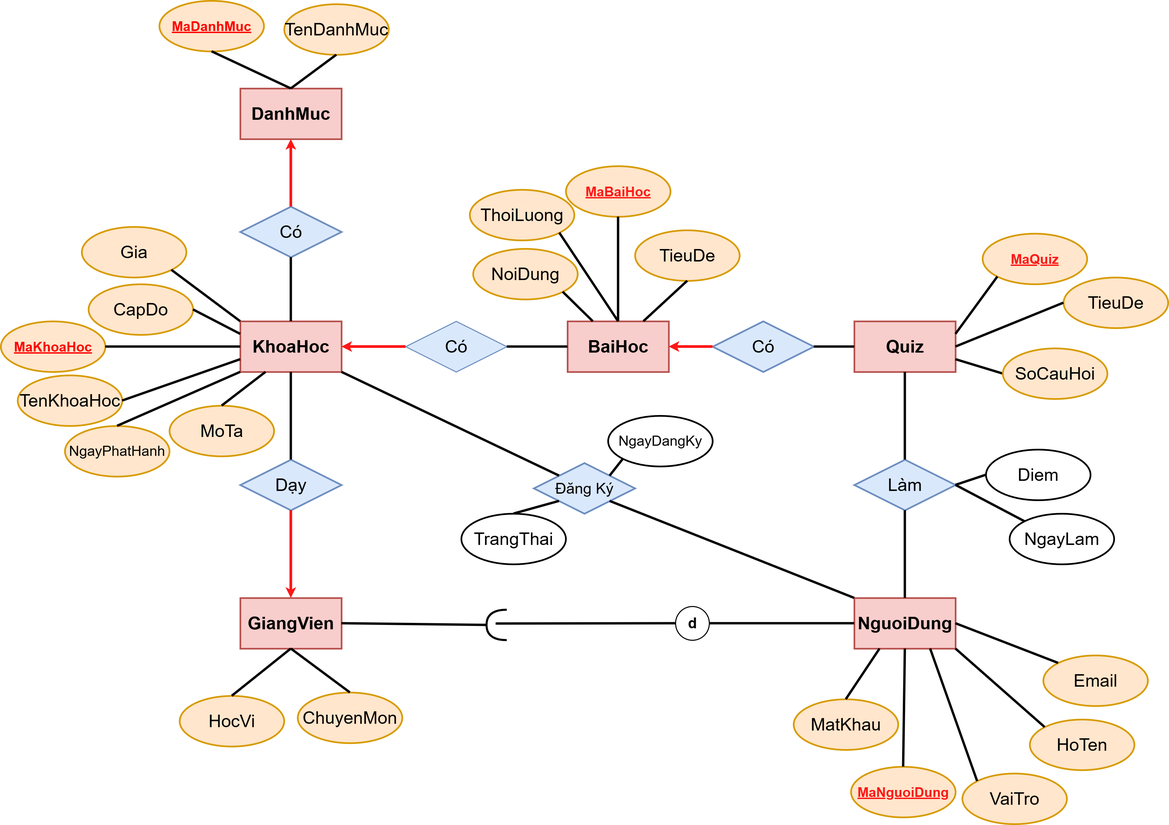
This is PostgreSQL/session-01-database-overview/He_Thong_Nen_Tang_Hoc_Truc_Tuyen/docs/erd.png from ng-trng-phcc/Assignment_Rikkei, a draw.io export, as it was before one commit. Source tidied: cells renumbered, new cells last; positions are measured from the earlier drawing's top-left corner, leaving out a move shared by most shapes.
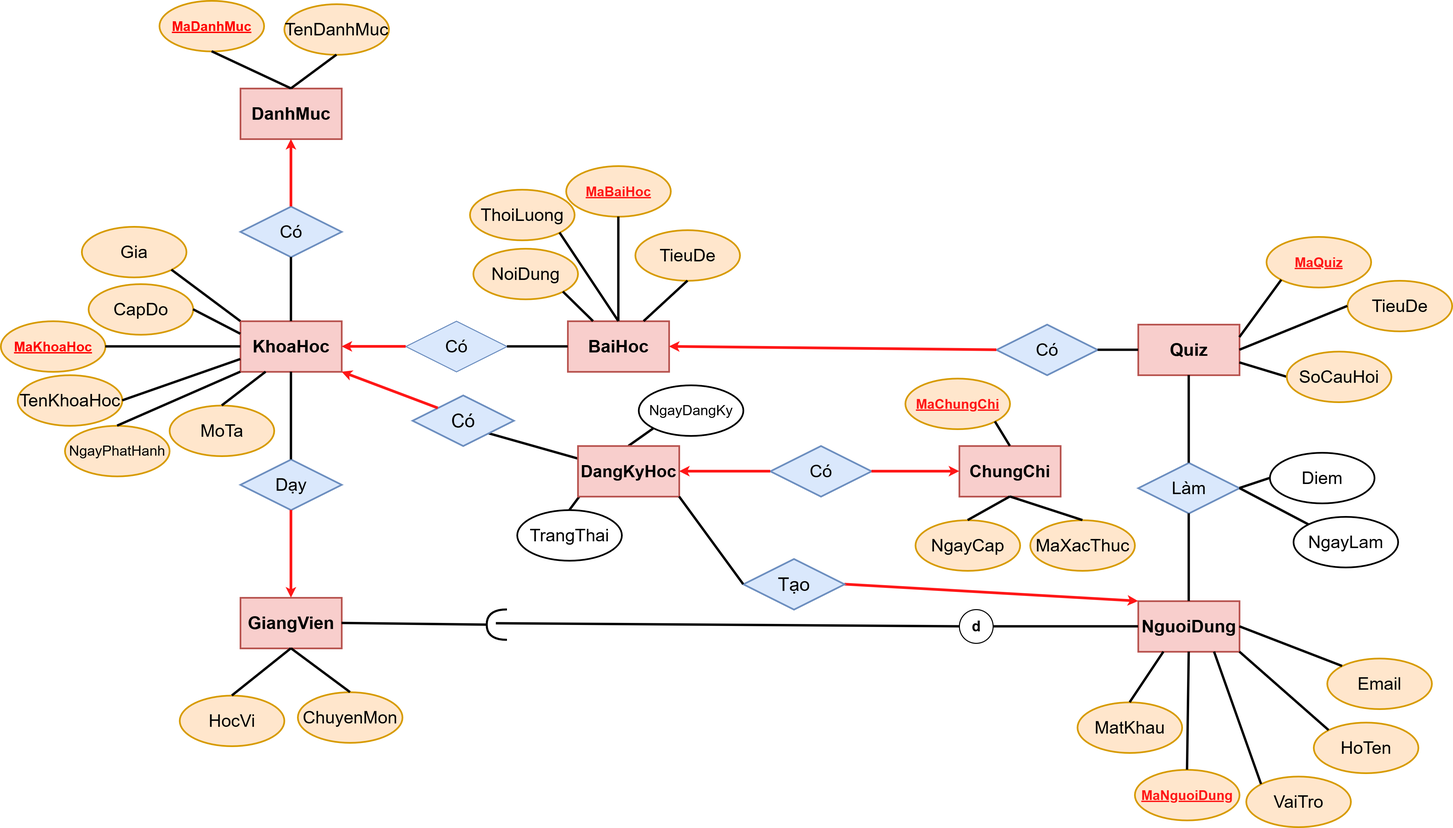
After the commit.

Commit message:
Ex4 2nd commit: add ChungChi (table/Entity) and adjust the relationship between NguoiDung on KhoaHoc

Diff of the diagram source:
```diff
@@ -3,7 +3,7 @@
     <mxCell id="0" />
     <mxCell id="1" parent="0" />
     <mxCell id="2" value="NguoiDung" style="whiteSpace=wrap;html=1;align=center;fontSize=52;strokeWidth=5;fontStyle=1;fillColor=#f8cecc;strokeColor=#b85450;" parent="1" vertex="1">
-      <mxGeometry x="2530" y="1770" width="300" height="150" as="geometry" />
+      <mxGeometry x="3370" y="1780" width="300" height="150" as="geometry" />
     </mxCell>
     <mxCell id="3" value="GiangVien" style="whiteSpace=wrap;html=1;align=center;fontSize=52;strokeWidth=5;fontStyle=1;fillColor=#f8cecc;strokeColor=#b85450;" parent="1" vertex="1">
       <mxGeometry x="710" y="1770" width="300" height="150" as="geometry" />
@@ -18,7 +18,7 @@
       <mxGeometry x="1680" y="950" width="300" height="150" as="geometry" />
     </mxCell>
     <mxCell id="7" value="Quiz" style="whiteSpace=wrap;html=1;align=center;fontSize=52;strokeWidth=5;fontStyle=1;fillColor=#f8cecc;strokeColor=#b85450;" parent="1" vertex="1">
-      <mxGeometry x="2530" y="950" width="300" height="150" as="geometry" />
+      <mxGeometry x="3370" y="960" width="300" height="150" as="geometry" />
     </mxCell>
     <mxCell id="8" value="Dạy" style="shape=rhombus;perimeter=rhombusPerimeter;whiteSpace=wrap;html=1;align=center;fontSize=52;strokeWidth=5;fillColor=#dae8fc;strokeColor=#6c8ebf;" parent="1" vertex="1">
       <mxGeometry x="710" y="1360" width="300" height="150" as="geometry" />
@@ -48,7 +48,7 @@
       <mxGeometry relative="1" as="geometry" />
     </mxCell>
     <mxCell id="17" value="Có" style="shape=rhombus;perimeter=rhombusPerimeter;whiteSpace=wrap;html=1;align=center;fontSize=52;strokeWidth=5;fillColor=#dae8fc;strokeColor=#6c8ebf;" parent="1" vertex="1">
-      <mxGeometry x="2110" y="950" width="300" height="150" as="geometry" />
+      <mxGeometry x="2950" y="960" width="300" height="150" as="geometry" />
     </mxCell>
     <mxCell id="18" style="endArrow=none;html=1;rounded=0;strokeWidth=8;exitX=1;exitY=0.5;exitDx=0;exitDy=0;startArrow=classic;startFill=1;strokeColor=#FF1717;entryX=0;entryY=0.5;entryDx=0;entryDy=0;" parent="1" edge="1" source="6" target="17">
       <mxGeometry relative="1" as="geometry" />
@@ -60,7 +60,7 @@
       <mxGeometry relative="1" as="geometry" />
     </mxCell>
     <mxCell id="21" style="ellipse;whiteSpace=wrap;html=1;strokeWidth=3;" parent="1" vertex="1">
-      <mxGeometry x="2000" y="1795" width="100" height="100" as="geometry" />
+      <mxGeometry x="2840" y="1805" width="100" height="100" as="geometry" />
     </mxCell>
     <mxCell id="22" style="endArrow=none;html=1;rounded=0;strokeWidth=7;exitX=0;exitY=0.5;exitDx=0;exitDy=0;entryX=0.548;entryY=0.546;entryDx=0;entryDy=0;entryPerimeter=0;endSize=6;" parent="1" edge="1" source="21" target="23">
       <mxGeometry relative="1" as="geometry" />
@@ -72,19 +72,13 @@
       <mxGeometry relative="1" as="geometry" />
     </mxCell>
     <mxCell id="25" value="d" style="text;strokeColor=none;fillColor=none;html=1;fontSize=44;fontStyle=1;verticalAlign=middle;align=center;" parent="1" vertex="1">
-      <mxGeometry x="2000" y="1825" width="100" height="40" as="geometry" />
+      <mxGeometry x="2840" y="1835" width="100" height="40" as="geometry" />
     </mxCell>
-    <mxCell id="26" value="Đăng Ký" style="shape=rhombus;perimeter=rhombusPerimeter;whiteSpace=wrap;html=1;align=center;fontSize=45;strokeWidth=5;fillColor=#dae8fc;strokeColor=#6c8ebf;" parent="1" vertex="1">
-      <mxGeometry x="1580" y="1370" width="300" height="150" as="geometry" />
-    </mxCell>
-    <mxCell id="27" style="endArrow=none;html=1;rounded=0;strokeWidth=7;entryX=1;entryY=1;entryDx=0;entryDy=0;exitX=0;exitY=0;exitDx=0;exitDy=0;" parent="1" edge="1" source="26" target="4">
+    <mxCell id="27" style="endArrow=none;html=1;rounded=0;strokeWidth=7;entryX=1;entryY=1;entryDx=0;entryDy=0;exitX=0;exitY=0.25;exitDx=0;exitDy=0;" parent="1" edge="1" source="84" target="85">
       <mxGeometry relative="1" as="geometry" />
     </mxCell>
-    <mxCell id="28" style="endArrow=none;html=1;rounded=0;strokeWidth=7;entryX=1;entryY=1;entryDx=0;entryDy=0;exitX=0;exitY=0;exitDx=0;exitDy=0;" parent="1" edge="1" source="2" target="26">
-      <mxGeometry relative="1" as="geometry" />
-    </mxCell>
     <mxCell id="29" value="Làm" style="shape=rhombus;perimeter=rhombusPerimeter;whiteSpace=wrap;html=1;align=center;fontSize=52;strokeWidth=5;fillColor=#dae8fc;strokeColor=#6c8ebf;" parent="1" vertex="1">
-      <mxGeometry x="2530" y="1360" width="300" height="150" as="geometry" />
+      <mxGeometry x="3370" y="1370" width="300" height="150" as="geometry" />
     </mxCell>
     <mxCell id="30" style="endArrow=none;html=1;rounded=0;strokeWidth=7;entryX=0.5;entryY=0;entryDx=0;entryDy=0;exitX=0.5;exitY=1;exitDx=0;exitDy=0;" parent="1" edge="1" source="7" target="29">
       <mxGeometry relative="1" as="geometry" />
@@ -93,19 +87,19 @@
       <mxGeometry relative="1" as="geometry" />
     </mxCell>
     <mxCell id="32" value="HoTen" style="ellipse;whiteSpace=wrap;html=1;align=center;fontSize=52;strokeWidth=5;fillColor=#ffe6cc;strokeColor=#d79b00;" parent="1" vertex="1">
-      <mxGeometry x="3050" y="2130" width="310" height="150" as="geometry" />
+      <mxGeometry x="3890" y="2140" width="310" height="150" as="geometry" />
     </mxCell>
     <mxCell id="33" value="MaNguoiDung" style="ellipse;whiteSpace=wrap;html=1;align=center;fontSize=40;strokeWidth=5;fontStyle=5;fillColor=#ffe6cc;strokeColor=#d79b00;fontColor=#FF1717;" parent="1" vertex="1">
-      <mxGeometry x="2520" y="2270" width="310" height="150" as="geometry" />
+      <mxGeometry x="3360" y="2280" width="310" height="150" as="geometry" />
     </mxCell>
     <mxCell id="34" value="Email" style="ellipse;whiteSpace=wrap;html=1;align=center;fontSize=52;strokeWidth=5;fillColor=#ffe6cc;strokeColor=#d79b00;" parent="1" vertex="1">
-      <mxGeometry x="3090" y="1940" width="310" height="150" as="geometry" />
+      <mxGeometry x="3930" y="1950" width="310" height="150" as="geometry" />
     </mxCell>
     <mxCell id="35" value="MatKhau" style="ellipse;whiteSpace=wrap;html=1;align=center;fontSize=52;strokeWidth=5;fillColor=#ffe6cc;strokeColor=#d79b00;" parent="1" vertex="1">
-      <mxGeometry x="2350" y="2070" width="310" height="150" as="geometry" />
+      <mxGeometry x="3190" y="2080" width="310" height="150" as="geometry" />
     </mxCell>
     <mxCell id="36" value="VaiTro" style="ellipse;whiteSpace=wrap;html=1;align=center;fontSize=52;strokeWidth=5;fillColor=#ffe6cc;strokeColor=#d79b00;" parent="1" vertex="1">
-      <mxGeometry x="2850" y="2290" width="310" height="150" as="geometry" />
+      <mxGeometry x="3690" y="2300" width="310" height="150" as="geometry" />
     </mxCell>
     <mxCell id="37" style="endArrow=none;html=1;rounded=0;strokeWidth=7;entryX=1;entryY=0.5;entryDx=0;entryDy=0;exitX=0;exitY=0;exitDx=0;exitDy=0;" parent="1" edge="1" source="34" target="2">
       <mxGeometry relative="1" as="geometry" />
@@ -210,13 +204,13 @@
       <mxGeometry relative="1" as="geometry" />
     </mxCell>
     <mxCell id="71" value="MaQuiz" style="ellipse;whiteSpace=wrap;html=1;align=center;fontSize=40;strokeWidth=5;fontStyle=5;fillColor=#ffe6cc;strokeColor=#d79b00;fontColor=#FF1717;" parent="1" vertex="1">
-      <mxGeometry x="2910" y="690" width="310" height="150" as="geometry" />
+      <mxGeometry x="3750" y="700" width="310" height="150" as="geometry" />
     </mxCell>
     <mxCell id="72" value="SoCauHoi" style="ellipse;whiteSpace=wrap;html=1;align=center;fontSize=52;strokeWidth=5;fillColor=#ffe6cc;strokeColor=#d79b00;" parent="1" vertex="1">
-      <mxGeometry x="2970" y="1030" width="310" height="150" as="geometry" />
+      <mxGeometry x="3810" y="1040" width="310" height="150" as="geometry" />
     </mxCell>
     <mxCell id="73" value="TieuDe" style="ellipse;whiteSpace=wrap;html=1;align=center;fontSize=52;strokeWidth=5;fillColor=#ffe6cc;strokeColor=#d79b00;" parent="1" vertex="1">
-      <mxGeometry x="3150" y="820" width="310" height="150" as="geometry" />
+      <mxGeometry x="3990" y="830" width="310" height="150" as="geometry" />
     </mxCell>
     <mxCell id="74" style="endArrow=none;html=1;rounded=0;strokeWidth=7;entryX=1;entryY=0.5;entryDx=0;entryDy=0;exitX=0;exitY=0.5;exitDx=0;exitDy=0;" parent="1" edge="1" source="73" target="7">
       <mxGeometry relative="1" as="geometry" />
@@ -225,28 +219,78 @@
       <mxGeometry relative="1" as="geometry" />
     </mxCell>
     <mxCell id="76" value="NgayDangKy" style="ellipse;whiteSpace=wrap;html=1;align=center;fontSize=42;strokeWidth=5;" parent="1" vertex="1">
-      <mxGeometry x="1800" y="1230" width="310" height="150" as="geometry" />
+      <mxGeometry x="1890" y="1140" width="310" height="150" as="geometry" />
     </mxCell>
     <mxCell id="77" value="TrangThai" style="ellipse;whiteSpace=wrap;html=1;align=center;fontSize=52;strokeWidth=5;" parent="1" vertex="1">
-      <mxGeometry x="1365" y="1520" width="310" height="150" as="geometry" />
+      <mxGeometry x="1530" y="1510" width="310" height="150" as="geometry" />
     </mxCell>
     <mxCell id="78" style="endArrow=none;html=1;rounded=0;strokeWidth=7;entryX=1;entryY=0.5;entryDx=0;entryDy=0;exitX=0;exitY=0;exitDx=0;exitDy=0;" parent="1" edge="1" source="82" target="29">
       <mxGeometry relative="1" as="geometry" />
     </mxCell>
-    <mxCell id="79" style="endArrow=none;html=1;rounded=0;strokeWidth=7;entryX=0.5;entryY=0;entryDx=0;entryDy=0;exitX=0;exitY=1;exitDx=0;exitDy=0;" parent="1" edge="1" source="26" target="77">
-      <mxGeometry relative="1" as="geometry" />
+    <mxCell id="79" style="endArrow=none;html=1;rounded=0;strokeWidth=7;entryX=0.5;entryY=0;entryDx=0;entryDy=0;exitX=0;exitY=1;exitDx=0;exitDy=0;" parent="1" edge="1" target="77">
+      <mxGeometry relative="1" as="geometry">
+        <mxPoint x="1735" y="1442.5" as="sourcePoint" />
+      </mxGeometry>
     </mxCell>
-    <mxCell id="80" style="endArrow=none;html=1;rounded=0;strokeWidth=7;entryX=0;entryY=1;entryDx=0;entryDy=0;exitX=1;exitY=0;exitDx=0;exitDy=0;" parent="1" edge="1" source="26" target="76">
+    <mxCell id="80" style="endArrow=none;html=1;rounded=0;strokeWidth=7;entryX=0;entryY=1;entryDx=0;entryDy=0;exitX=0.5;exitY=0;exitDx=0;exitDy=0;" parent="1" edge="1" source="84" target="76">
       <mxGeometry relative="1" as="geometry" />
     </mxCell>
     <mxCell id="81" value="Diem" style="ellipse;whiteSpace=wrap;html=1;align=center;fontSize=52;strokeWidth=5;" parent="1" vertex="1">
-      <mxGeometry x="2920" y="1330" width="310" height="150" as="geometry" />
+      <mxGeometry x="3760" y="1340" width="310" height="150" as="geometry" />
     </mxCell>
     <mxCell id="82" value="NgayLam" style="ellipse;whiteSpace=wrap;html=1;align=center;fontSize=52;strokeWidth=5;" parent="1" vertex="1">
-      <mxGeometry x="2990" y="1520" width="310" height="150" as="geometry" />
+      <mxGeometry x="3830" y="1530" width="310" height="150" as="geometry" />
     </mxCell>
     <mxCell id="83" style="endArrow=none;html=1;rounded=0;strokeWidth=7;entryX=1;entryY=0.5;entryDx=0;entryDy=0;exitX=0;exitY=0.5;exitDx=0;exitDy=0;" parent="1" edge="1" source="81" target="29">
       <mxGeometry relative="1" as="geometry" />
     </mxCell>
+    <mxCell id="84" value="DangKyHoc" style="whiteSpace=wrap;html=1;align=center;fontSize=50;strokeWidth=5;fontStyle=1;fillColor=#f8cecc;strokeColor=#b85450;" parent="1" vertex="1">
+      <mxGeometry x="1710" y="1320" width="300" height="150" as="geometry" />
+    </mxCell>
+    <mxCell id="85" value="Có" style="shape=rhombus;perimeter=rhombusPerimeter;whiteSpace=wrap;html=1;align=center;fontSize=55;strokeWidth=5;fillColor=#dae8fc;strokeColor=#6c8ebf;" parent="1" vertex="1">
+      <mxGeometry x="1220" y="1170" width="300" height="150" as="geometry" />
+    </mxCell>
+    <mxCell id="86" style="endArrow=none;html=1;rounded=0;strokeWidth=8;exitX=1;exitY=1;exitDx=0;exitDy=0;entryX=0;entryY=0;entryDx=0;entryDy=0;startArrow=classic;startFill=1;strokeColor=#FF1717;" parent="1" edge="1" source="4" target="85">
+      <mxGeometry relative="1" as="geometry" />
+    </mxCell>
+    <mxCell id="87" style="endArrow=none;html=1;rounded=0;strokeWidth=8;exitX=0;exitY=0;exitDx=0;exitDy=0;entryX=0;entryY=0.5;entryDx=0;entryDy=0;startArrow=classic;startFill=1;strokeColor=#FF1717;" parent="1" edge="1" source="2" target="88">
+      <mxGeometry relative="1" as="geometry" />
+    </mxCell>
+    <mxCell id="88" value="Tạo" style="shape=rhombus;perimeter=rhombusPerimeter;whiteSpace=wrap;html=1;align=center;fontSize=55;strokeWidth=5;fillColor=#dae8fc;strokeColor=#6c8ebf;direction=west;" parent="1" vertex="1">
+      <mxGeometry x="2200" y="1655" width="300" height="150" as="geometry" />
+    </mxCell>
+    <mxCell id="89" style="endArrow=none;html=1;rounded=0;strokeWidth=7;entryX=1;entryY=0.5;entryDx=0;entryDy=0;exitX=1;exitY=1;exitDx=0;exitDy=0;" parent="1" edge="1" source="84" target="88">
+      <mxGeometry relative="1" as="geometry" />
+    </mxCell>
+    <mxCell id="90" value="ChungChi" style="whiteSpace=wrap;html=1;align=center;fontSize=50;strokeWidth=5;fontStyle=1;fillColor=#f8cecc;strokeColor=#b85450;" parent="1" vertex="1">
+      <mxGeometry x="2840" y="1320" width="300" height="150" as="geometry" />
+    </mxCell>
+    <mxCell id="91" value="Có" style="shape=rhombus;perimeter=rhombusPerimeter;whiteSpace=wrap;html=1;align=center;fontSize=52;strokeWidth=5;fillColor=#dae8fc;strokeColor=#6c8ebf;" parent="1" vertex="1">
+      <mxGeometry x="2280" y="1320" width="300" height="150" as="geometry" />
+    </mxCell>
+    <mxCell id="92" style="endArrow=none;html=1;rounded=0;strokeWidth=8;exitX=1;exitY=0.5;exitDx=0;exitDy=0;startArrow=classic;startFill=1;strokeColor=#FF1717;entryX=0;entryY=0.5;entryDx=0;entryDy=0;" parent="1" edge="1" source="84" target="91">
+      <mxGeometry relative="1" as="geometry" />
+    </mxCell>
+    <mxCell id="93" style="endArrow=none;html=1;rounded=0;strokeWidth=8;exitX=0;exitY=0.5;exitDx=0;exitDy=0;startArrow=classic;startFill=1;strokeColor=#FF1717;entryX=1;entryY=0.5;entryDx=0;entryDy=0;" parent="1" edge="1" source="90" target="91">
+      <mxGeometry relative="1" as="geometry" />
+    </mxCell>
+    <mxCell id="94" value="MaChungChi" style="ellipse;whiteSpace=wrap;html=1;align=center;fontSize=40;strokeWidth=5;fontStyle=5;fillColor=#ffe6cc;strokeColor=#d79b00;fontColor=#FF1717;" parent="1" vertex="1">
+      <mxGeometry x="2680" y="1120" width="310" height="150" as="geometry" />
+    </mxCell>
+    <mxCell id="95" value="NgayCap" style="ellipse;whiteSpace=wrap;html=1;align=center;fontSize=52;strokeWidth=5;fillColor=#ffe6cc;strokeColor=#d79b00;" parent="1" vertex="1">
+      <mxGeometry x="2710" y="1540" width="310" height="150" as="geometry" />
+    </mxCell>
+    <mxCell id="96" value="MaXacThuc" style="ellipse;whiteSpace=wrap;html=1;align=center;fontSize=52;strokeWidth=5;fillColor=#ffe6cc;strokeColor=#d79b00;" parent="1" vertex="1">
+      <mxGeometry x="3050" y="1540" width="310" height="150" as="geometry" />
+    </mxCell>
+    <mxCell id="97" style="endArrow=none;html=1;rounded=0;strokeWidth=7;entryX=1;entryY=1;entryDx=0;entryDy=0;exitX=0.5;exitY=0;exitDx=0;exitDy=0;" parent="1" edge="1" source="90" target="94">
+      <mxGeometry relative="1" as="geometry" />
+    </mxCell>
+    <mxCell id="98" style="endArrow=none;html=1;rounded=0;strokeWidth=7;entryX=0.5;entryY=0;entryDx=0;entryDy=0;exitX=0.5;exitY=1;exitDx=0;exitDy=0;" parent="1" edge="1" source="90" target="95">
+      <mxGeometry relative="1" as="geometry" />
+    </mxCell>
+    <mxCell id="99" style="endArrow=none;html=1;rounded=0;strokeWidth=7;entryX=0.5;entryY=1;entryDx=0;entryDy=0;exitX=0.5;exitY=0;exitDx=0;exitDy=0;" parent="1" edge="1" source="96" target="90">
+      <mxGeometry relative="1" as="geometry" />
+    </mxCell>
   </root>
 </mxGraphModel>
```
